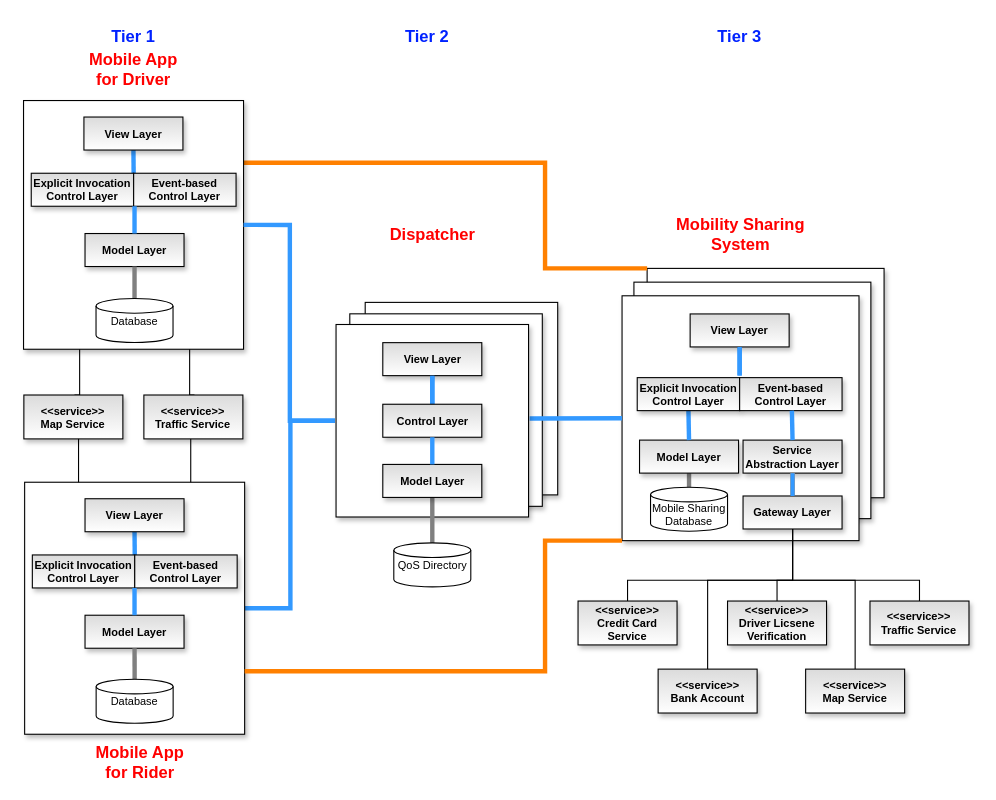
mypark3424/AbstractFactoryChallenge keeps this draw.io diagram as page "N-Tier+MVC+Dispatcher+Event" (14 of 15) of diagram.drawio. Above is the earlier version. Source tidied: cells renumbered, new cells numbered last; positions are measured from the earlier drawing's top-left corner, leaving out a move shared by most shapes. Both pictures are drawn from the tidied source at 110%, with x=0, y=0 at pixel (23, 19).
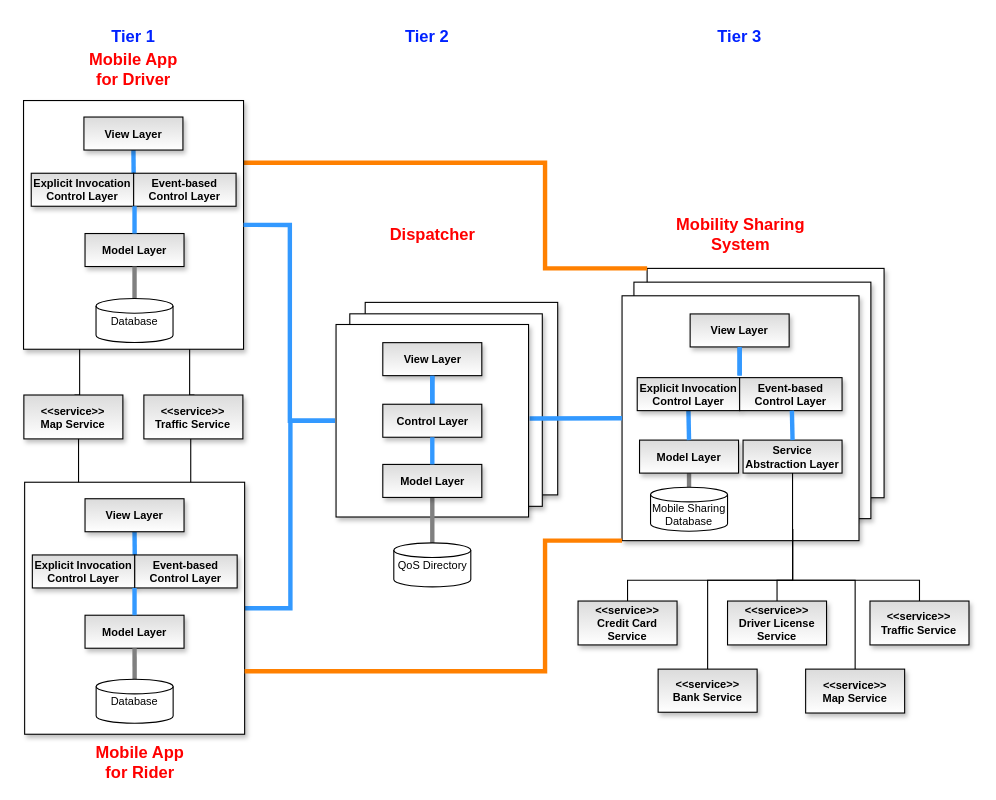
The same page after the edit.

The change refers to these unchanged cells:
```xml
<mxCell id="56" value="&lt;b&gt;Service&lt;br&gt;Abstraction Layer&lt;/b&gt;" style="rounded=0;whiteSpace=wrap;html=1;shadow=1;labelBackgroundColor=none;labelBorderColor=none;fontSize=10;fontColor=#000000;strokeColor=default;strokeWidth=1;fillColor=#DBDBDB;gradientColor=#ffffff;" parent="1" vertex="1">
  <mxGeometry x="654" y="382.6" width="90" height="30" as="geometry" />
</mxCell>
<mxCell id="62" value="&lt;b&gt;&amp;lt;&amp;lt;service&amp;gt;&amp;gt;&lt;br&gt;Credit Card&lt;br&gt;Service&lt;br&gt;&lt;/b&gt;" style="rounded=0;whiteSpace=wrap;html=1;shadow=1;labelBackgroundColor=none;labelBorderColor=none;fontSize=10;fontColor=#000000;strokeColor=default;strokeWidth=1;fillColor=#DBDBDB;gradientColor=#ffffff;" parent="1" vertex="1">
  <mxGeometry x="504" y="528.9" width="90" height="39.9" as="geometry" />
</mxCell>
<mxCell id="68" value="&lt;b&gt;&amp;lt;&amp;lt;service&amp;gt;&amp;gt;&lt;br&gt;&lt;/b&gt;&lt;b&gt;Map Service&lt;br&gt;&lt;/b&gt;" style="rounded=0;whiteSpace=wrap;html=1;shadow=1;labelBackgroundColor=none;labelBorderColor=none;fontSize=10;fontColor=#000000;strokeColor=default;strokeWidth=1;fillColor=#DBDBDB;gradientColor=#ffffff;" parent="1" vertex="1">
  <mxGeometry x="710.9" y="590.8" width="90" height="39.9" as="geometry" />
</mxCell>
<mxCell id="70" value="&lt;b&gt;&amp;lt;&amp;lt;service&amp;gt;&amp;gt;&lt;br&gt;&lt;/b&gt;&lt;b&gt;Traffic Service&lt;br&gt;&lt;/b&gt;" style="rounded=0;whiteSpace=wrap;html=1;shadow=1;labelBackgroundColor=none;labelBorderColor=none;fontSize=10;fontColor=#000000;strokeColor=default;strokeWidth=1;fillColor=#DBDBDB;gradientColor=#ffffff;" parent="1" vertex="1">
  <mxGeometry x="769.4" y="528.9" width="90" height="39.9" as="geometry" />
</mxCell>
```

Change to the diagram source:
```diff
@@
-    <mxCell id="58" style="edgeStyle=orthogonalEdgeStyle;rounded=0;jettySize=auto;html=1;endArrow=none;endFill=0;strokeColor=#FF8000;strokeWidth=4;" parent="1" edge="1" source="59" target="56">
-      <mxGeometry relative="1" as="geometry" />
-    </mxCell>
-    <mxCell id="59" value="&lt;b&gt;Gateway Layer&lt;/b&gt;" style="rounded=0;whiteSpace=wrap;html=1;shadow=1;labelBackgroundColor=none;labelBorderColor=none;fontSize=10;fontColor=#000000;strokeColor=default;strokeWidth=1;fillColor=#DBDBDB;gradientColor=#ffffff;" parent="1" vertex="1">
-      <mxGeometry x="654" y="433.4" width="90" height="30" as="geometry" />
-    </mxCell>
-    <mxCell id="60" style="edgeStyle=none;rounded=0;jettySize=auto;html=1;exitX=0.5;exitY=1;exitDx=0;exitDy=0;entryX=0.5;entryY=0;entryDx=0;entryDy=0;fontSize=10;fontColor=#000000;startArrow=none;startFill=0;endArrow=none;endFill=0;strokeColor=#3399FF;strokeWidth=4;" parent="1" edge="1" source="56" target="59">
-      <mxGeometry relative="1" as="geometry" />
-    </mxCell>
-    <mxCell id="61" style="edgeStyle=orthogonalEdgeStyle;rounded=0;jettySize=auto;html=1;exitX=0.5;exitY=0;exitDx=0;exitDy=0;entryX=0.5;entryY=1;entryDx=0;entryDy=0;endArrow=none;endFill=0;strokeColor=#000000;strokeWidth=1;" parent="1" edge="1" source="62" target="59">
+    <mxCell id="61" style="edgeStyle=orthogonalEdgeStyle;rounded=0;jettySize=auto;html=1;exitX=0.5;exitY=0;exitDx=0;exitDy=0;entryX=0.5;entryY=1;entryDx=0;entryDy=0;endArrow=none;endFill=0;strokeColor=#000000;strokeWidth=1;" parent="1" edge="1" source="62">
       <mxGeometry relative="1" as="geometry">
+        <mxPoint x="699" y="463.4" as="targetPoint" />
         <Array as="points">
           <mxPoint x="549" y="510" />
           <mxPoint x="699" y="510" />
         </Array>
       </mxGeometry>
     </mxCell>
@@
-    <mxCell id="63" style="edgeStyle=orthogonalEdgeStyle;rounded=0;jettySize=auto;html=1;exitX=0.5;exitY=0;exitDx=0;exitDy=0;entryX=0.5;entryY=1;entryDx=0;entryDy=0;endArrow=none;endFill=0;strokeColor=#000000;strokeWidth=1;" parent="1" edge="1" source="64" target="59">
+    <mxCell id="63" style="edgeStyle=orthogonalEdgeStyle;rounded=0;jettySize=auto;html=1;exitX=0.5;exitY=0;exitDx=0;exitDy=0;entryX=0.5;entryY=1;entryDx=0;entryDy=0;endArrow=none;endFill=0;strokeColor=#000000;strokeWidth=1;" parent="1" edge="1" source="64">
       <mxGeometry relative="1" as="geometry">
+        <mxPoint x="699" y="463.4" as="targetPoint" />
         <Array as="points">
           <mxPoint x="685" y="510" />
           <mxPoint x="699" y="510" />
         </Array>
       </mxGeometry>
     </mxCell>
-    <mxCell id="64" value="&lt;b&gt;&amp;lt;&amp;lt;service&amp;gt;&amp;gt;&lt;br&gt;Driver Licsene Verification&lt;/b&gt;&lt;b&gt;&lt;br&gt;&lt;/b&gt;" style="rounded=0;whiteSpace=wrap;html=1;shadow=1;labelBackgroundColor=none;labelBorderColor=none;fontSize=10;fontColor=#000000;strokeColor=default;strokeWidth=1;fillColor=#DBDBDB;gradientColor=#ffffff;" parent="1" vertex="1">
+    <mxCell id="64" value="&lt;b&gt;&amp;lt;&amp;lt;service&amp;gt;&amp;gt;&lt;br&gt;Driver License Service&lt;/b&gt;&lt;b&gt;&lt;br&gt;&lt;/b&gt;" style="rounded=0;whiteSpace=wrap;html=1;shadow=1;labelBackgroundColor=none;labelBorderColor=none;fontSize=10;fontColor=#000000;strokeColor=default;strokeWidth=1;fillColor=#DBDBDB;gradientColor=#ffffff;" parent="1" vertex="1">
       <mxGeometry x="639.9" y="528.9" width="90" height="39.9" as="geometry" />
     </mxCell>
-    <mxCell id="65" style="edgeStyle=orthogonalEdgeStyle;rounded=0;jettySize=auto;html=1;exitX=0.5;exitY=0;exitDx=0;exitDy=0;entryX=0.5;entryY=1;entryDx=0;entryDy=0;endArrow=none;endFill=0;strokeColor=#000000;strokeWidth=1;" parent="1" edge="1" source="66" target="59">
+    <mxCell id="65" style="edgeStyle=orthogonalEdgeStyle;rounded=0;jettySize=auto;html=1;exitX=0.5;exitY=0;exitDx=0;exitDy=0;entryX=0.5;entryY=1;entryDx=0;entryDy=0;endArrow=none;endFill=0;strokeColor=#000000;strokeWidth=1;" parent="1" edge="1" source="66">
       <mxGeometry relative="1" as="geometry">
+        <mxPoint x="699" y="463.4" as="targetPoint" />
         <Array as="points">
           <mxPoint x="622" y="510" />
           <mxPoint x="699" y="510" />
         </Array>
       </mxGeometry>
     </mxCell>
-    <mxCell id="66" value="&lt;b&gt;&amp;lt;&amp;lt;service&amp;gt;&amp;gt;&lt;br&gt;Bank Account&lt;/b&gt;&lt;span style=&quot;color: rgba(0, 0, 0, 0); font-family: monospace; font-size: 0px; text-align: start;&quot;&gt;GraphModel%3E%3Croot%3E%3CmxCell%20id%3D%220%22%2F%3E%3CmxCell%20id%3D%221%22%20parent%3D%220%22%2F%3E%3CmxCell%20id%3D%222%22%20value%3D%22%26lt%3Bb%26gt%3B%26amp%3Blt%3B%26amp%3Blt%3Bservice%26amp%3Bgt%3B%26amp%3Bgt%3B%26lt%3Bbr%26gt%3BCredit%20Card%26lt%3Bbr%26gt%3BService%26lt%3Bbr%26gt%3B%26lt%3B%2Fb%26gt%3B%22%20style%3D%22rounded%3D0%3BwhiteSpace%3Dwrap%3Bhtml%3D1%3Bshadow%3D1%3BlabelBackgroundColor%3Dnone%3BlabelBorderColor%3Dnone%3BfontSize%3D10%3BfontColor%3D%23000000%3BstrokeColor%3Ddefault%3BstrokeWidth%3D1%3BfillColor%3D%23DBDBDB%3BgradientColor%3D%23ffffff%3B%22%20vertex%3D%221%22%20parent%3D%221%22%3E%3CmxGeometry%20x%3D%22530%22%20y%3D%22480%22%20width%3D%2290%22%20height%3D%2239.88%22%20as%3D%22geometry%22%2F%3E%3C%2FmxCell%3E%3C%2Froot%3E%3C%2FmxGraphModel%3E&lt;/span&gt;&lt;b&gt;&lt;br&gt;&lt;/b&gt;" style="rounded=0;whiteSpace=wrap;html=1;shadow=1;labelBackgroundColor=none;labelBorderColor=none;fontSize=10;fontColor=#000000;strokeColor=default;strokeWidth=1;fillColor=#DBDBDB;gradientColor=#ffffff;" parent="1" vertex="1">
-      <mxGeometry x="576.8" y="590.8" width="90" height="39.9" as="geometry" />
+    <mxCell id="66" value="&lt;b&gt;&amp;lt;&amp;lt;service&amp;gt;&amp;gt;&lt;br&gt;Bank Service&lt;/b&gt;&lt;span style=&quot;color: rgba(0, 0, 0, 0); font-family: monospace; font-size: 0px; text-align: start;&quot;&gt;\GraphModel%3E%3Croot%3E%3CmxCell%20id%3D%220%22%2F%3E%3CmxCell%20id%3D%221%22%20parent%3D%220%22%2F%3E%3CmxCell%20id%3D%222%22%20value%3D%22%26lt%3Bb%26gt%3B%26amp%3Blt%3B%26amp%3Blt%3Bservice%26amp%3Bgt%3B%26amp%3Bgt%3B%26lt%3Bbr%26gt%3BCredit%20Card%26lt%3Bbr%26gt%3BService%26lt%3Bbr%26gt%3B%26lt%3B%2Fb%26gt%3B%22%20style%3D%22rounded%3D0%3BwhiteSpace%3Dwrap%3Bhtml%3D1%3Bshadow%3D1%3BlabelBackgroundColor%3Dnone%3BlabelBorderColor%3Dnone%3BfontSize%3D10%3BfontColor%3D%23000000%3BstrokeColor%3Ddefault%3BstrokeWidth%3D1%3BfillColor%3D%23DBDBDB%3BgradientColor%3D%23ffffff%3B%22%20vertex%3D%221%22%20parent%3D%221%22%3E%3CmxGeometry%20x%3D%22530%22%20y%3D%22480%22%20width%3D%2290%22%20height%3D%2239.88%22%20as%3D%22geometry%22%2F%3E%3C%2FmxCell%3E%3C%2Froot%3E%3C%2FmxGraphModel%3E&lt;/span&gt;&lt;b&gt;&lt;br&gt;&lt;/b&gt;" style="rounded=0;whiteSpace=wrap;html=1;shadow=1;labelBackgroundColor=none;labelBorderColor=none;fontSize=10;fontColor=#000000;strokeColor=default;strokeWidth=1;fillColor=#DBDBDB;gradientColor=#ffffff;verticalAlign=middle;" parent="1" vertex="1">
+      <mxGeometry x="576.8" y="590.8" width="90" height="39.2" as="geometry" />
     </mxCell>
-    <mxCell id="67" style="edgeStyle=orthogonalEdgeStyle;rounded=0;jettySize=auto;html=1;exitX=0.5;exitY=0;exitDx=0;exitDy=0;entryX=0.5;entryY=1;entryDx=0;entryDy=0;endArrow=none;endFill=0;strokeColor=#000000;strokeWidth=1;" parent="1" edge="1" source="68" target="59">
+    <mxCell id="67" style="edgeStyle=orthogonalEdgeStyle;rounded=0;jettySize=auto;html=1;exitX=0.5;exitY=0;exitDx=0;exitDy=0;entryX=0.5;entryY=1;entryDx=0;entryDy=0;endArrow=none;endFill=0;strokeColor=#000000;strokeWidth=1;" parent="1" edge="1" source="68">
       <mxGeometry relative="1" as="geometry">
+        <mxPoint x="699" y="463.4" as="targetPoint" />
         <Array as="points">
           <mxPoint x="756" y="510" />
           <mxPoint x="699" y="510" />
         </Array>
       </mxGeometry>
     </mxCell>
@@
-    <mxCell id="69" style="edgeStyle=orthogonalEdgeStyle;rounded=0;jettySize=auto;html=1;exitX=0.5;exitY=0;exitDx=0;exitDy=0;entryX=0.5;entryY=1;entryDx=0;entryDy=0;endArrow=none;endFill=0;strokeColor=#000000;strokeWidth=1;" parent="1" edge="1" source="70" target="59">
+    <mxCell id="69" style="edgeStyle=orthogonalEdgeStyle;rounded=0;jettySize=auto;html=1;exitX=0.5;exitY=0;exitDx=0;exitDy=0;entryX=0.5;entryY=1;entryDx=0;entryDy=0;endArrow=none;endFill=0;strokeColor=#000000;strokeWidth=1;" parent="1" edge="1" source="70" target="56">
       <mxGeometry relative="1" as="geometry">
         <Array as="points">
           <mxPoint x="814" y="510" />
           <mxPoint x="699" y="510" />
         </Array>
       </mxGeometry>
     </mxCell>
```
